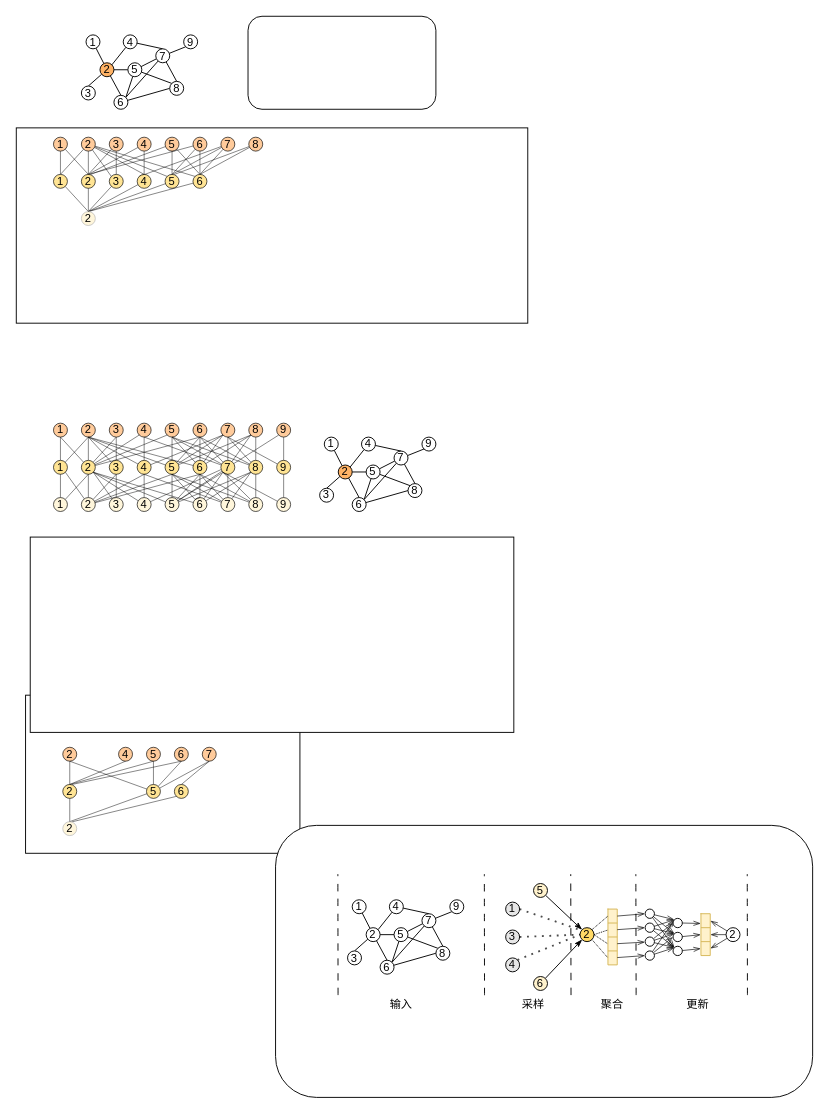
Above: 渐进传播.drawio in LNqwn/BISHE-GRAPH (draw.io), before the change. Source tidied: cells renumbered, new cells numbered last; positions are measured from the earlier drawing's top-left corner, leaving out a move shared by most shapes. Both pictures are drawn from the tidied source at 93%, with x=0, y=0 at pixel (16, 16).
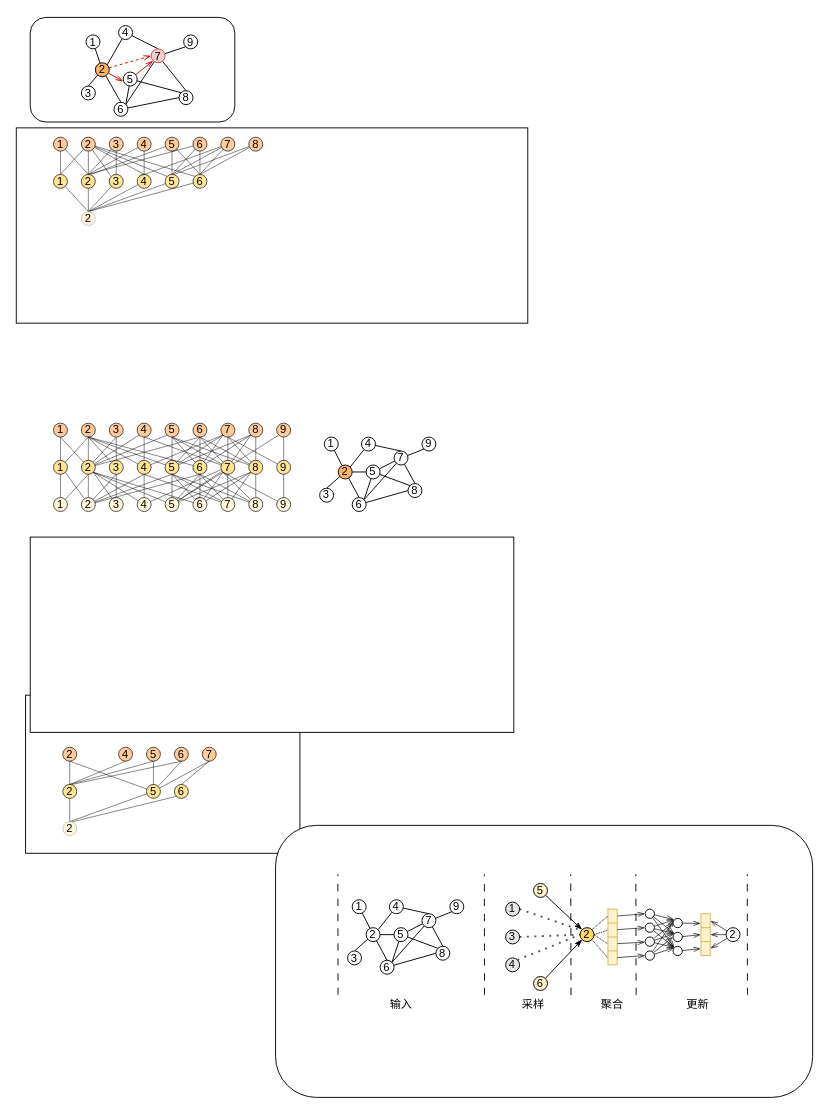
Above is the later version.

Commit message:
更新渐进传播.drawio

What changed in the source:
```diff
@@
     <mxCell id="5" style="rounded=1;whiteSpace=wrap;html=1;fontFamily=Helvetica;fontSize=11;fontColor=default;labelBackgroundColor=default;" parent="1" vertex="1">
-      <mxGeometry x="249.2" width="202" height="100" as="geometry" />
+      <mxGeometry x="15" y="1.2" width="220" height="112.5" as="geometry" />
     </mxCell>
@@
-    <mxCell id="8" style="edgeStyle=none;rounded=0;jettySize=auto;html=1;entryX=0;entryY=0.5;entryDx=0;entryDy=0;strokeColor=default;align=center;verticalAlign=middle;fontFamily=Helvetica;fontSize=11;fontColor=default;labelBackgroundColor=default;endArrow=none;endFill=0;" parent="1" edge="1" source="9" target="20">
+    <mxCell id="8" style="rounded=0;jettySize=auto;html=1;entryX=0;entryY=0.667;entryDx=0;entryDy=0;endArrow=openThin;endFill=0;entryPerimeter=0;strokeColor=#CC0000;" parent="1" edge="1" source="9" target="20">
       <mxGeometry relative="1" as="geometry" />
     </mxCell>
+    <mxCell id="306" style="edgeStyle=none;rounded=0;jettySize=auto;html=1;entryX=0;entryY=0.5;entryDx=0;entryDy=0;endArrow=openThin;endFill=0;dashed=1;strokeColor=#CC0000;" parent="1" edge="1" source="9" target="17">
+      <mxGeometry relative="1" as="geometry" />
+    </mxCell>
     <mxCell id="9" value="2" style="ellipse;whiteSpace=wrap;html=1;fillColor=#FFB366;" parent="1" vertex="1">
-      <mxGeometry x="90" y="50" width="15" height="15" as="geometry" />
+      <mxGeometry x="85" y="50" width="15" height="15" as="geometry" />
     </mxCell>
@@
     <mxCell id="12" value="4" style="ellipse;whiteSpace=wrap;html=1;" parent="1" vertex="1">
-      <mxGeometry x="115" y="20" width="15" height="15" as="geometry" />
+      <mxGeometry x="110" y="10" width="15" height="15" as="geometry" />
     </mxCell>
-    <mxCell id="13" style="edgeStyle=none;rounded=0;jettySize=auto;html=1;strokeColor=default;align=center;verticalAlign=middle;fontFamily=Helvetica;fontSize=11;fontColor=default;labelBackgroundColor=default;endArrow=none;endFill=0;" parent="1" edge="1" source="17" target="20">
-      <mxGeometry relative="1" as="geometry" />
-    </mxCell>
@@
-    <mxCell id="17" value="7" style="ellipse;whiteSpace=wrap;html=1;" parent="1" vertex="1">
-      <mxGeometry x="150" y="35" width="15" height="15" as="geometry" />
+    <mxCell id="17" value="7" style="ellipse;whiteSpace=wrap;html=1;fillColor=#f8cecc;strokeColor=#b85450;" parent="1" vertex="1">
+      <mxGeometry x="145" y="35" width="15" height="15" as="geometry" />
     </mxCell>
@@
+    <mxCell id="307" style="rounded=0;jettySize=auto;html=1;entryX=0;entryY=1;entryDx=0;entryDy=0;endArrow=openThin;endFill=0;strokeColor=#CC0000;" parent="1" edge="1" source="20" target="17">
+      <mxGeometry relative="1" as="geometry" />
+    </mxCell>
     <mxCell id="20" value="5" style="ellipse;whiteSpace=wrap;html=1;" parent="1" vertex="1">
-      <mxGeometry x="120" y="50" width="15" height="15" as="geometry" />
+      <mxGeometry x="115" y="60" width="15" height="15" as="geometry" />
     </mxCell>
@@
     <mxCell id="25" value="6" style="ellipse;whiteSpace=wrap;html=1;" parent="1" vertex="1">
-      <mxGeometry x="105" y="85" width="15" height="15" as="geometry" />
+      <mxGeometry x="105" y="92.5" width="15" height="15" as="geometry" />
     </mxCell>
     <mxCell id="26" value="8" style="ellipse;whiteSpace=wrap;html=1;" parent="1" vertex="1">
-      <mxGeometry x="165" y="70" width="15" height="15" as="geometry" />
+      <mxGeometry x="175" y="80" width="15" height="15" as="geometry" />
     </mxCell>
```
